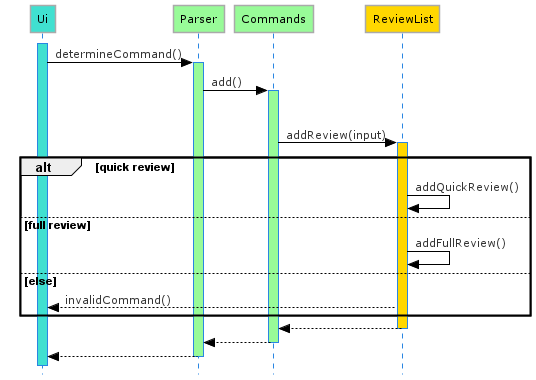
The PlantUML diagram docs/diagrams/Add_Reco_Sequence_Diagram.png in nus-cs2113-AY2021S2/tp, before a commit.
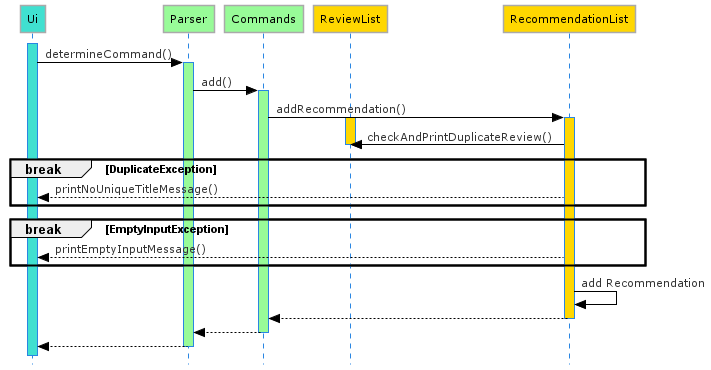
Later version of the same file.

What changed in the source:
```diff
@@ -7,6 +7,7 @@
 participant Parser #PaleGreen
 participant Commands #PaleGreen
 participant ReviewList #Gold
+participant RecommendationList #Gold
 
 activate Ui #Turquoise
 Ui -> Parser : determineCommand()
@@ -14,22 +15,27 @@
 
 Parser -> Commands : add()
 activate Commands #PaleGreen
+    Commands -> RecommendationList : addRecommendation()
+    activate RecommendationList #Gold
+     activate ReviewList #Gold
 
-alt isReviewMode
-    Commands -> ReviewList : addReview(input)
-    activate ReviewList #Gold
+        RecommendationList-> ReviewList: checkAndPrintDuplicateReview()
 
-    alt quick review
-        ReviewList -> ReviewList : addQuickReview()
+     deactivate ReviewList
 
-    else full review
-        ReviewList -> ReviewList : addFullReview()
+    break DuplicateException
+        RecommendationList --> Ui : printNoUniqueTitleMessage()
+    end
 
-    else else
-        ReviewList --> Ui : invalidCommand()
+    break EmptyInputException
+        RecommendationList --> Ui : printEmptyInputMessage()
     end
-    ReviewList --> Commands
-    deactivate ReviewList
+        RecommendationList -> RecommendationList : add Recommendation
+
+RecommendationList --> Commands
+deactivate RecommendationList
+
+
 Commands --> Parser
 deactivate Commands
 Parser --> Ui
```
